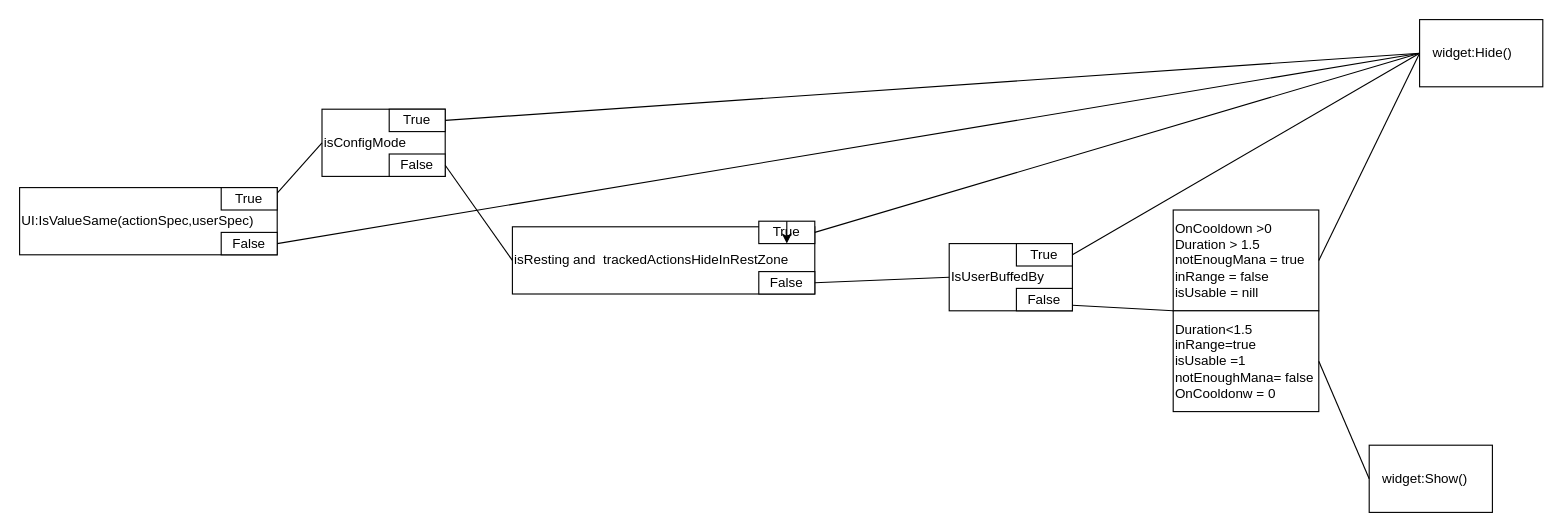
This is Diagrams/BS_ActionsTracker_actionsDiagram.drawio from Beginnerstudios/Smartbars, a draw.io file, before an edit. Source tidied: cells renumbered, new cells numbered last; positions are measured from the earlier drawing's top-left corner, leaving out a move shared by most shapes. Both pictures are drawn from the tidied source at 112%, with x=0, y=0 at pixel (19, 19).
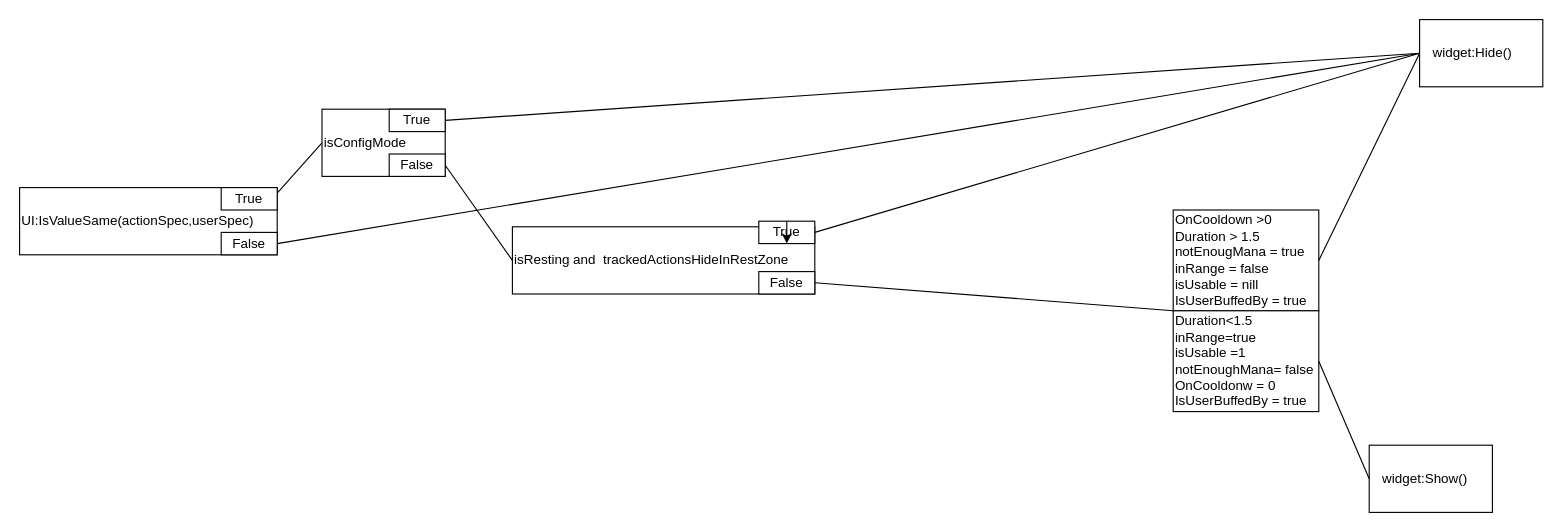
Above is the later version.

The change refers to these unchanged cells:
```xml
<mxCell id="10" value="False" style="rounded=0;whiteSpace=wrap;html=1;" parent="1" vertex="1">
  <mxGeometry x="660" y="225" width="50" height="20" as="geometry" />
</mxCell>
<mxCell id="16" value="&amp;nbsp; &amp;nbsp;widget:Hide()" style="rounded=0;whiteSpace=wrap;html=1;align=left;" parent="1" vertex="1">
  <mxGeometry x="1250" width="110" height="60" as="geometry" />
</mxCell>
```

The edit, as a diff of the source:
```diff
@@
-    <mxCell id="15" value="OnCooldown &amp;gt;0&amp;nbsp;&lt;br&gt;Duration &amp;gt; 1.5&lt;br&gt;notEnougMana = true&lt;br&gt;inRange = false&lt;br&gt;isUsable = nill" style="rounded=0;whiteSpace=wrap;html=1;align=left;" parent="1" vertex="1">
+    <mxCell id="15" value="OnCooldown &amp;gt;0&amp;nbsp;&lt;br&gt;Duration &amp;gt; 1.5&lt;br&gt;notEnougMana = true&lt;br&gt;inRange = false&lt;br&gt;isUsable = nill&lt;br&gt;IsUserBuffedBy = true" style="rounded=0;whiteSpace=wrap;html=1;align=left;" parent="1" vertex="1">
       <mxGeometry x="1030" y="170" width="130" height="90" as="geometry" />
     </mxCell>
@@
-    <mxCell id="18" value="Duration&amp;lt;1.5&lt;br&gt;inRange=true&lt;br&gt;isUsable =1&lt;br&gt;notEnoughMana= false&lt;br&gt;OnCooldonw = 0" style="rounded=0;whiteSpace=wrap;html=1;align=left;" parent="1" vertex="1">
+    <mxCell id="18" value="Duration&amp;lt;1.5&lt;br&gt;inRange=true&lt;br&gt;isUsable =1&lt;br&gt;notEnoughMana= false&lt;br&gt;OnCooldonw = 0&lt;br&gt;IsUserBuffedBy = true" style="rounded=0;whiteSpace=wrap;html=1;align=left;" parent="1" vertex="1">
       <mxGeometry x="1030" y="260" width="130" height="90" as="geometry" />
     </mxCell>
@@
-    <mxCell id="21" value="IsUserBuffedBy" style="rounded=0;whiteSpace=wrap;html=1;align=left;" parent="1" vertex="1">
-      <mxGeometry x="830" y="200" width="110" height="60" as="geometry" />
-    </mxCell>
-    <mxCell id="22" value="True" style="rounded=0;whiteSpace=wrap;html=1;" parent="1" vertex="1">
-      <mxGeometry x="890" y="200" width="50" height="20" as="geometry" />
-    </mxCell>
-    <mxCell id="23" value="False" style="rounded=0;whiteSpace=wrap;html=1;" parent="1" vertex="1">
-      <mxGeometry x="890" y="240" width="50" height="20" as="geometry" />
-    </mxCell>
-    <mxCell id="24" style="endArrow=none;html=1;entryX=1;entryY=0.75;entryDx=0;entryDy=0;exitX=0;exitY=0;exitDx=0;exitDy=0;" parent="1" edge="1" source="18" target="23">
-      <mxGeometry relative="1" as="geometry" />
-    </mxCell>
-    <mxCell id="25" style="endArrow=none;html=1;entryX=1;entryY=0.5;entryDx=0;entryDy=0;exitX=0;exitY=0.5;exitDx=0;exitDy=0;" parent="1" edge="1" source="21" target="10">
+    <mxCell id="25" style="endArrow=none;html=1;entryX=1;entryY=0.5;entryDx=0;entryDy=0;exitX=0;exitY=0;exitDx=0;exitDy=0;" parent="1" edge="1" source="18" target="10">
       <mxGeometry relative="1" as="geometry" />
     </mxCell>
@@
-    <mxCell id="27" style="endArrow=none;html=1;exitX=1;exitY=0.5;exitDx=0;exitDy=0;entryX=0;entryY=0.5;entryDx=0;entryDy=0;" parent="1" edge="1" source="22" target="16">
-      <mxGeometry relative="1" as="geometry" />
-    </mxCell>
```
